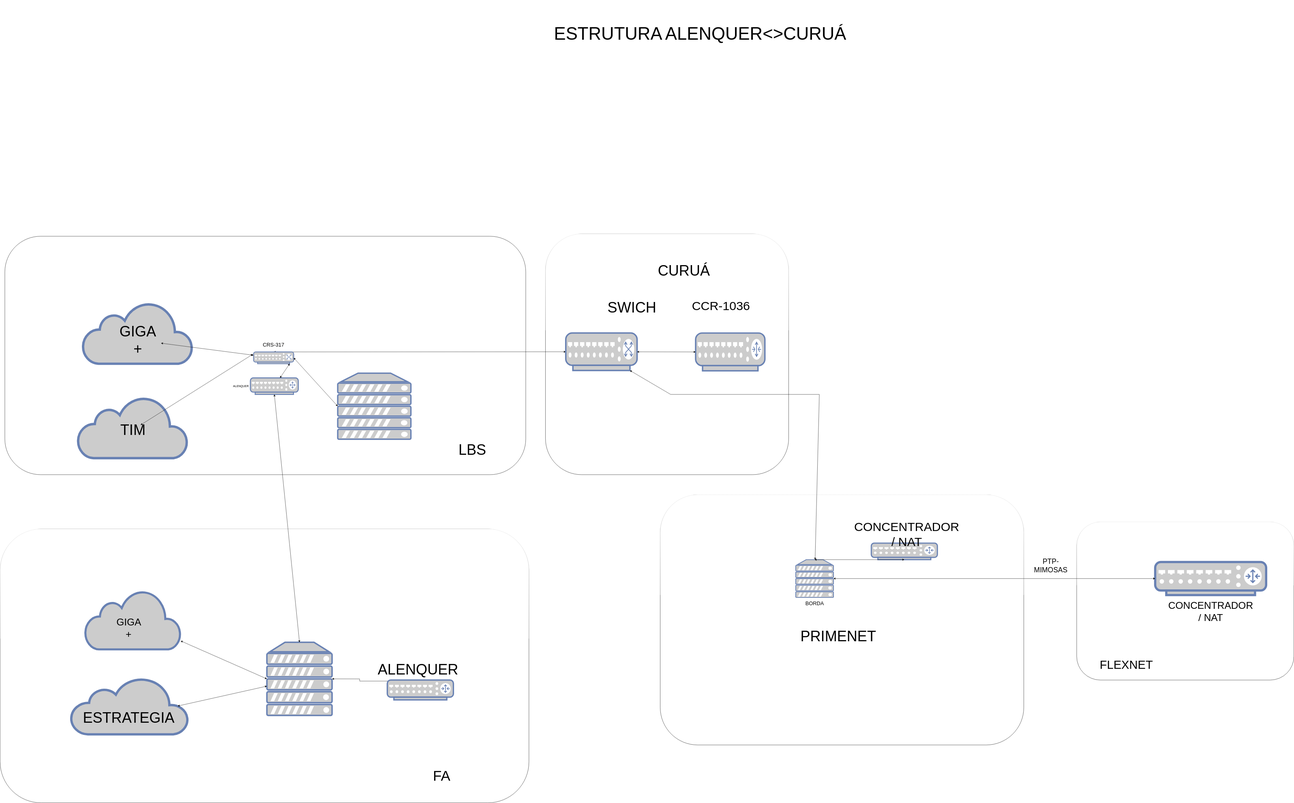
Above: Diagrama sem nome.drawio.svg in PauloOliveiraNOC/check_site_zabbix (draw.io), before the change. Source tidied: cells renumbered, new cells last; positions are measured from the earlier drawing's top-left corner, leaving out a move shared by most shapes.
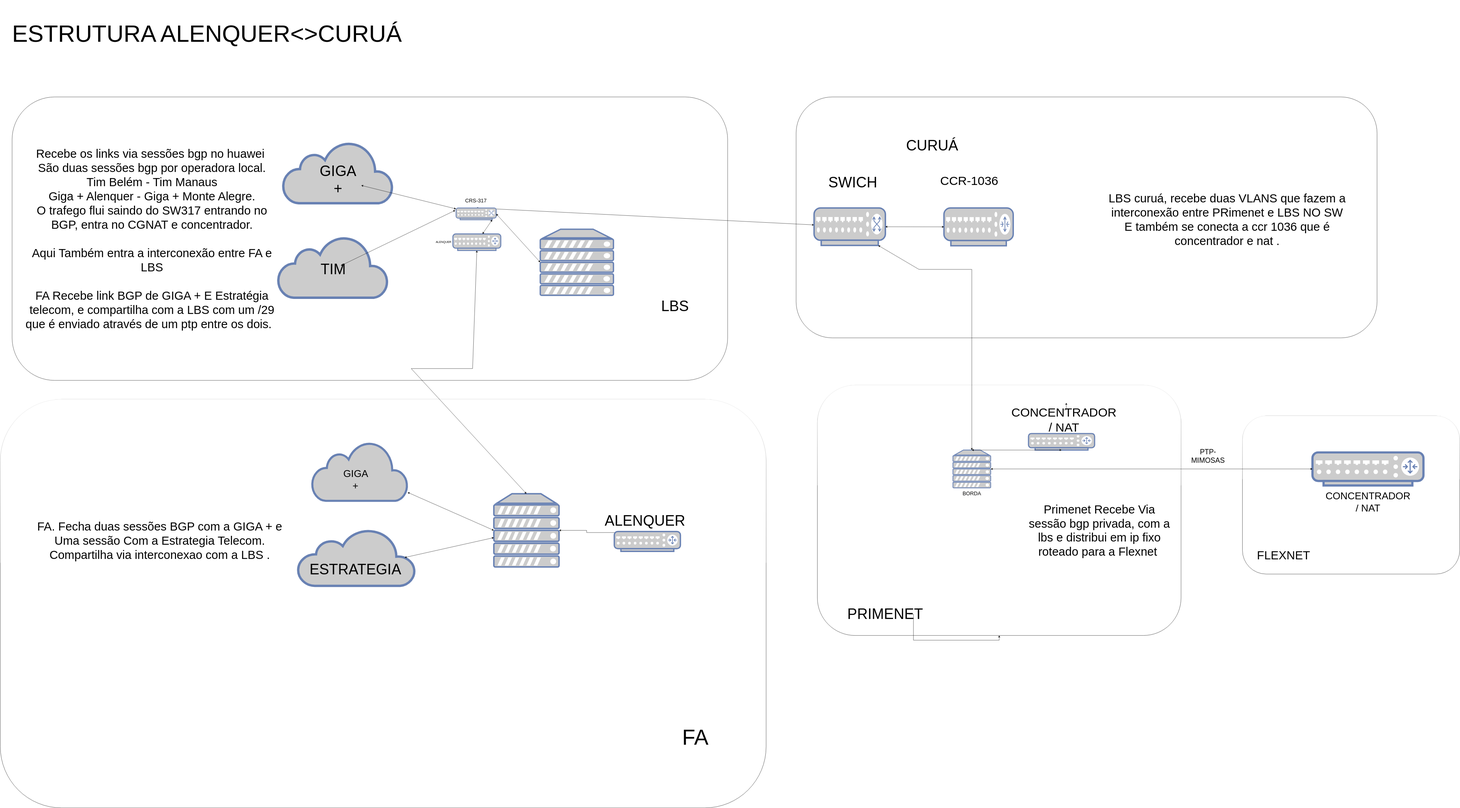
Above is the later version.

Diff of the diagram source:
```diff
@@ -2,143 +2,156 @@
   <root>
     <mxCell id="0" />
     <mxCell id="1" parent="0" />
-    <mxCell id="2" style="rounded=1;whiteSpace=wrap;html=1;glass=1;" parent="1" vertex="1">
-      <mxGeometry x="2310" y="990" width="1030" height="1020" as="geometry" />
+    <mxCell id="2" style="rounded=1;whiteSpace=wrap;html=1;glass=0;" parent="1" vertex="1">
+      <mxGeometry x="3350" y="380" width="2460" height="1020" as="geometry" />
     </mxCell>
     <mxCell id="3" value="&lt;font style=&quot;font-size: 62px;&quot;&gt;SWICH&lt;/font&gt;&lt;div&gt;&lt;br&gt;&lt;/div&gt;" style="text;html=1;align=center;verticalAlign=middle;whiteSpace=wrap;rounded=0;" parent="1" vertex="1">
-      <mxGeometry x="2576" y="1263.8" width="200" height="90" as="geometry" />
+      <mxGeometry x="3490" y="703.8" width="200" height="90" as="geometry" />
     </mxCell>
     <mxCell id="4" style="rounded=1;whiteSpace=wrap;html=1;glass=1;" parent="1" vertex="1">
-      <mxGeometry x="2796" y="2095" width="1540" height="1060" as="geometry" />
+      <mxGeometry x="3440" y="1600" width="1540" height="1060" as="geometry" />
     </mxCell>
     <mxCell id="5" style="rounded=1;whiteSpace=wrap;html=1;glass=0;" parent="1" vertex="1">
-      <mxGeometry x="20" y="1000" width="2206.5" height="1010" as="geometry" />
+      <mxGeometry x="30" y="380" width="3030" height="1200" as="geometry" />
     </mxCell>
     <mxCell id="6" style="fontColor=#0066CC;verticalAlign=top;verticalLabelPosition=bottom;labelPosition=center;align=center;html=1;outlineConnect=0;fillColor=#CCCCCC;strokeColor=#6881B3;gradientColor=none;gradientDirection=north;strokeWidth=2;shape=mxgraph.networks.server;" parent="1" vertex="1">
-      <mxGeometry x="1430" y="1580" width="310" height="280" as="geometry" />
+      <mxGeometry x="2266.5" y="940" width="310" height="280" as="geometry" />
     </mxCell>
     <mxCell id="7" style="fontColor=#0066CC;verticalAlign=top;verticalLabelPosition=bottom;labelPosition=center;align=center;html=1;outlineConnect=0;fillColor=#CCCCCC;strokeColor=#6881B3;gradientColor=none;gradientDirection=north;strokeWidth=2;shape=mxgraph.networks.router;" parent="1" vertex="1">
-      <mxGeometry x="1060" y="1600" width="203" height="70" as="geometry" />
+      <mxGeometry x="1896.5" y="960" width="203" height="70" as="geometry" />
     </mxCell>
     <mxCell id="8" style="fontColor=#0066CC;verticalAlign=top;verticalLabelPosition=bottom;labelPosition=center;align=center;html=1;outlineConnect=0;fillColor=#CCCCCC;strokeColor=#6881B3;gradientColor=none;gradientDirection=north;strokeWidth=2;shape=mxgraph.networks.router;" parent="1" vertex="1">
-      <mxGeometry x="2946" y="1410" width="293.3" height="160" as="geometry" />
+      <mxGeometry x="3976" y="850" width="293.3" height="160" as="geometry" />
     </mxCell>
     <mxCell id="9" value="CURUÁ" style="text;html=1;align=center;verticalAlign=middle;whiteSpace=wrap;rounded=0;fontSize=62;" parent="1" vertex="1">
-      <mxGeometry x="2796" y="1100" width="200" height="90" as="geometry" />
+      <mxGeometry x="3826" y="540" width="200" height="90" as="geometry" />
     </mxCell>
     <mxCell id="10" value="ALENQUER" style="text;html=1;align=center;verticalAlign=middle;whiteSpace=wrap;rounded=0;" parent="1" vertex="1">
-      <mxGeometry x="920" y="1590" width="200" height="90" as="geometry" />
+      <mxGeometry x="1756.5" y="950" width="200" height="90" as="geometry" />
     </mxCell>
     <mxCell id="11" value="&lt;font&gt;LBS&lt;/font&gt;" style="text;html=1;align=center;verticalAlign=middle;whiteSpace=wrap;rounded=0;spacing=12;fontSize=62;" parent="1" vertex="1">
-      <mxGeometry x="1900" y="1860" width="200" height="90" as="geometry" />
+      <mxGeometry x="2736.5" y="1220" width="200" height="90" as="geometry" />
     </mxCell>
     <mxCell id="12" style="fontColor=#0066CC;verticalAlign=top;verticalLabelPosition=bottom;labelPosition=center;align=center;html=1;outlineConnect=0;fillColor=#CCCCCC;strokeColor=#6881B3;gradientColor=none;gradientDirection=north;strokeWidth=2;shape=mxgraph.networks.server;" parent="1" vertex="1">
-      <mxGeometry x="3370" y="2370" width="160" height="160" as="geometry" />
+      <mxGeometry x="4014" y="1875" width="160" height="160" as="geometry" />
     </mxCell>
     <mxCell id="13" style="endArrow=classic;startArrow=classic;html=1;rounded=0;exitX=0.5;exitY=0;exitDx=0;exitDy=0;exitPerimeter=0;" parent="1" edge="1" source="43" target="18">
       <mxGeometry relative="1" as="geometry" />
     </mxCell>
     <mxCell id="14" style="fontColor=#0066CC;verticalAlign=top;verticalLabelPosition=bottom;labelPosition=center;align=center;html=1;outlineConnect=0;fillColor=#CCCCCC;strokeColor=#6881B3;gradientColor=none;gradientDirection=north;strokeWidth=2;shape=mxgraph.networks.router;" parent="1" vertex="1">
-      <mxGeometry x="3690" y="2300" width="280" height="70" as="geometry" />
+      <mxGeometry x="4334" y="1805" width="280" height="70" as="geometry" />
     </mxCell>
     <mxCell id="15" style="endArrow=classic;startArrow=classic;html=1;rounded=0;exitX=0.5;exitY=0;exitDx=0;exitDy=0;exitPerimeter=0;entryX=0.5;entryY=1;entryDx=0;entryDy=0;entryPerimeter=0;" parent="1" edge="1" source="12" target="14">
       <mxGeometry relative="1" as="geometry" />
     </mxCell>
     <mxCell id="16" value="&lt;font style=&quot;font-size: 22px;&quot;&gt;BORDA&lt;/font&gt;" style="text;html=1;align=center;verticalAlign=middle;whiteSpace=wrap;rounded=0;" parent="1" vertex="1">
-      <mxGeometry x="3350" y="2510" width="200" height="90" as="geometry" />
+      <mxGeometry x="3994" y="2015" width="200" height="90" as="geometry" />
     </mxCell>
+    <mxCell id="53" style="edgeStyle=orthogonalEdgeStyle;rounded=0;jettySize=auto;html=1;exitX=0.5;exitY=0;exitDx=0;exitDy=0;" parent="1" edge="1" source="17">
+      <mxGeometry relative="1" as="geometry">
+        <mxPoint x="4494" y="1675" as="targetPoint" />
+      </mxGeometry>
+    </mxCell>
     <mxCell id="17" value="CONCENTRADOR / NAT" style="text;html=1;align=center;verticalAlign=middle;whiteSpace=wrap;rounded=0;fontSize=52;" parent="1" vertex="1">
-      <mxGeometry x="3680" y="2220" width="320" height="83.8" as="geometry" />
+      <mxGeometry x="4324" y="1705" width="320" height="83.8" as="geometry" />
     </mxCell>
     <mxCell id="18" style="fontColor=#0066CC;verticalAlign=top;verticalLabelPosition=bottom;labelPosition=center;align=center;html=1;outlineConnect=0;fillColor=#CCCCCC;strokeColor=#6881B3;gradientColor=none;gradientDirection=north;strokeWidth=2;shape=mxgraph.networks.switch;" parent="1" vertex="1">
-      <mxGeometry x="2396" y="1410" width="302" height="158.6" as="geometry" />
+      <mxGeometry x="3426" y="850" width="302" height="158.6" as="geometry" />
     </mxCell>
     <mxCell id="19" style="endArrow=classic;startArrow=classic;html=1;rounded=0;entryX=0;entryY=0.5;entryDx=0;entryDy=0;entryPerimeter=0;" parent="1" edge="1" source="18" target="8">
       <mxGeometry relative="1" as="geometry" />
     </mxCell>
     <mxCell id="20" value="&lt;div&gt;CCR-1036&lt;/div&gt;&lt;div&gt;&lt;br&gt;&lt;/div&gt;" style="text;html=1;align=center;verticalAlign=middle;whiteSpace=wrap;rounded=0;fontSize=52;" parent="1" vertex="1">
-      <mxGeometry x="2922.7" y="1280" width="260" height="90" as="geometry" />
+      <mxGeometry x="3952.7" y="720" width="260" height="90" as="geometry" />
     </mxCell>
-    <mxCell id="21" style="endArrow=classic;startArrow=classic;html=1;rounded=0;entryX=0.9;entryY=1;entryDx=0;entryDy=0;entryPerimeter=0;" parent="1" edge="1" source="12" target="18">
+    <mxCell id="21" style="endArrow=classic;startArrow=classic;html=1;rounded=0;entryX=0.9;entryY=1;entryDx=0;entryDy=0;entryPerimeter=0;labelBorderColor=none;fontStyle=1;" parent="1" edge="1" source="12" target="18">
       <mxGeometry relative="1" as="geometry">
         <Array as="points">
-          <mxPoint x="3470" y="1670" />
-          <mxPoint x="2840" y="1670" />
+          <mxPoint x="4094" y="1110" />
+          <mxPoint x="3870" y="1110" />
         </Array>
       </mxGeometry>
     </mxCell>
+    <mxCell id="54" style="edgeStyle=orthogonalEdgeStyle;rounded=0;jettySize=auto;html=1;exitX=1;exitY=0.5;exitDx=0;exitDy=0;" parent="1" edge="1" source="22" target="4">
+      <mxGeometry relative="1" as="geometry" />
+    </mxCell>
     <mxCell id="22" value="&lt;font&gt;PRIMENET&lt;/font&gt;" style="text;html=1;align=center;verticalAlign=middle;whiteSpace=wrap;rounded=0;spacing=12;fontSize=62;" parent="1" vertex="1">
-      <mxGeometry x="3450" y="2650" width="200" height="90" as="geometry" />
+      <mxGeometry x="3626.7" y="2525" width="200" height="90" as="geometry" />
     </mxCell>
     <mxCell id="23" style="rounded=1;whiteSpace=wrap;html=1;glass=1;" parent="1" vertex="1">
-      <mxGeometry x="4560" y="2210" width="920" height="670" as="geometry" />
+      <mxGeometry x="5240" y="1730" width="920" height="670" as="geometry" />
     </mxCell>
     <mxCell id="24" style="fontColor=#0066CC;verticalAlign=top;verticalLabelPosition=bottom;labelPosition=center;align=center;html=1;outlineConnect=0;fillColor=#CCCCCC;strokeColor=#6881B3;gradientColor=none;gradientDirection=north;strokeWidth=2;shape=mxgraph.networks.router;" parent="1" vertex="1">
-      <mxGeometry x="4892.5" y="2380" width="470" height="140" as="geometry" />
+      <mxGeometry x="5536.5" y="1885" width="470" height="140" as="geometry" />
     </mxCell>
     <mxCell id="25" style="endArrow=classic;startArrow=classic;html=1;rounded=0;exitX=1;exitY=0.5;exitDx=0;exitDy=0;exitPerimeter=0;" parent="1" edge="1" source="12" target="24">
       <mxGeometry relative="1" as="geometry" />
     </mxCell>
     <mxCell id="26" value="&lt;font style=&quot;font-size: 42px;&quot;&gt;CONCENTRADOR / NAT&lt;/font&gt;" style="text;html=1;align=center;verticalAlign=middle;whiteSpace=wrap;rounded=0;fontSize=22;" parent="1" vertex="1">
-      <mxGeometry x="4960" y="2460" width="335" height="260" as="geometry" />
+      <mxGeometry x="5604" y="1965" width="335" height="260" as="geometry" />
     </mxCell>
     <mxCell id="27" value="&lt;font style=&quot;font-size: 50px;&quot;&gt;FLEXNET&lt;/font&gt;" style="text;html=1;align=center;verticalAlign=middle;whiteSpace=wrap;rounded=0;spacing=12;" parent="1" vertex="1">
-      <mxGeometry x="4670" y="2770" width="200" height="90" as="geometry" />
+      <mxGeometry x="5314" y="2275" width="200" height="90" as="geometry" />
     </mxCell>
     <mxCell id="28" value="&lt;font style=&quot;font-size: 30px;&quot;&gt;PTP-MIMOSAS&lt;/font&gt;" style="text;html=1;align=center;verticalAlign=middle;whiteSpace=wrap;rounded=0;spacing=12;" parent="1" vertex="1">
-      <mxGeometry x="4350" y="2350" width="200" height="90" as="geometry" />
+      <mxGeometry x="4994" y="1855" width="200" height="90" as="geometry" />
     </mxCell>
-    <mxCell id="29" value="&lt;font style=&quot;font-size: 75px;&quot;&gt;ESTRUTURA ALENQUER&amp;lt;&amp;gt;CURUÁ&lt;/font&gt;" style="text;html=1;align=center;verticalAlign=middle;whiteSpace=wrap;rounded=0;spacing=12;" parent="1" vertex="1">
-      <mxGeometry x="2100" width="1730" height="280" as="geometry" />
+    <mxCell id="29" value="&lt;font&gt;ESTRUTURA ALENQUER&amp;lt;&amp;gt;CURUÁ&lt;/font&gt;" style="text;html=1;align=center;verticalAlign=middle;whiteSpace=wrap;rounded=0;spacing=12;fontSize=100;" parent="1" vertex="1">
+      <mxGeometry x="-10" y="-30" width="1730" height="280" as="geometry" />
     </mxCell>
     <mxCell id="30" style="html=1;fillColor=#CCCCCC;strokeColor=#6881B3;gradientColor=none;gradientDirection=north;strokeWidth=2;shape=mxgraph.networks.cloud;fontColor=#ffffff;" parent="1" vertex="1">
-      <mxGeometry x="329" y="1680" width="465" height="260" as="geometry" />
+      <mxGeometry x="1156" y="970" width="465" height="260" as="geometry" />
     </mxCell>
     <mxCell id="31" value="&lt;font&gt;TIM&lt;/font&gt;" style="text;html=1;align=center;verticalAlign=middle;whiteSpace=wrap;rounded=0;fontSize=62;" parent="1" vertex="1">
-      <mxGeometry x="530" y="1790" width="65" height="60" as="geometry" />
+      <mxGeometry x="1357" y="1080" width="65" height="60" as="geometry" />
     </mxCell>
     <mxCell id="32" style="rounded=1;whiteSpace=wrap;html=1;glass=1;" parent="1" vertex="1">
-      <mxGeometry y="2240" width="2240" height="1160" as="geometry" />
+      <mxGeometry x="-20" y="1660" width="3243" height="1730" as="geometry" />
     </mxCell>
     <mxCell id="33" style="html=1;outlineConnect=0;fillColor=#CCCCCC;strokeColor=#6881B3;gradientColor=none;gradientDirection=north;strokeWidth=2;shape=mxgraph.networks.cloud;fontColor=#ffffff;" parent="1" vertex="1">
-      <mxGeometry x="360" y="2500" width="405" height="250" as="geometry" />
+      <mxGeometry x="1300" y="1840" width="405" height="250" as="geometry" />
     </mxCell>
     <mxCell id="34" style="fontColor=#0066CC;verticalAlign=top;verticalLabelPosition=bottom;labelPosition=center;align=center;html=1;outlineConnect=0;fillColor=#CCCCCC;strokeColor=#6881B3;gradientColor=none;gradientDirection=north;strokeWidth=2;shape=mxgraph.networks.server;" parent="1" vertex="1">
-      <mxGeometry x="1130" y="2720" width="276" height="310" as="geometry" />
+      <mxGeometry x="2070" y="2060" width="276" height="310" as="geometry" />
     </mxCell>
     <mxCell id="35" value="&lt;font style=&quot;font-size: 42px;&quot;&gt;GIGA +&lt;/font&gt;" style="text;html=1;align=center;verticalAlign=middle;whiteSpace=wrap;rounded=0;" parent="1" vertex="1">
-      <mxGeometry x="520" y="2630" width="48" height="60" as="geometry" />
+      <mxGeometry x="1460" y="1970" width="48" height="60" as="geometry" />
     </mxCell>
     <mxCell id="36" style="edgeStyle=orthogonalEdgeStyle;rounded=0;jettySize=auto;html=1;exitX=0.95;exitY=0.05;exitDx=0;exitDy=0;exitPerimeter=0;entryX=1;entryY=0.5;entryDx=0;entryDy=0;entryPerimeter=0;" parent="1" edge="1" source="37" target="34">
       <mxGeometry relative="1" as="geometry" />
     </mxCell>
     <mxCell id="37" style="fontColor=#0066CC;verticalAlign=top;verticalLabelPosition=bottom;labelPosition=center;align=center;html=1;outlineConnect=0;fillColor=#CCCCCC;strokeColor=#6881B3;gradientColor=none;gradientDirection=north;strokeWidth=2;shape=mxgraph.networks.router;" parent="1" vertex="1">
-      <mxGeometry x="1640" y="2880" width="280" height="84" as="geometry" />
+      <mxGeometry x="2580" y="2220" width="280" height="84" as="geometry" />
     </mxCell>
     <mxCell id="38" value="ALENQUER" style="text;html=1;align=center;verticalAlign=middle;whiteSpace=wrap;rounded=0;fontSize=62;" parent="1" vertex="1">
-      <mxGeometry x="1670" y="2790" width="200" height="90" as="geometry" />
+      <mxGeometry x="2610" y="2130" width="200" height="90" as="geometry" />
     </mxCell>
-    <mxCell id="39" value="&lt;font style=&quot;font-size: 60px;&quot;&gt;FA&lt;/font&gt;" style="text;html=1;align=center;verticalAlign=middle;whiteSpace=wrap;rounded=0;spacing=12;" parent="1" vertex="1">
-      <mxGeometry x="1740" y="3220" width="260" height="130" as="geometry" />
+    <mxCell id="39" value="&lt;font style=&quot;font-size: 91px;&quot;&gt;FA&lt;/font&gt;" style="text;html=1;align=center;verticalAlign=middle;whiteSpace=wrap;rounded=0;spacing=12;" parent="1" vertex="1">
+      <mxGeometry x="2793" y="3025" width="260" height="130" as="geometry" />
     </mxCell>
     <mxCell id="40" style="html=1;outlineConnect=0;fillColor=#CCCCCC;strokeColor=#6881B3;gradientColor=none;gradientDirection=north;strokeWidth=2;shape=mxgraph.networks.cloud;fontColor=#ffffff;" parent="1" vertex="1">
-      <mxGeometry x="300" y="2870" width="497" height="240" as="geometry" />
+      <mxGeometry x="1240" y="2210" width="497" height="240" as="geometry" />
     </mxCell>
     <mxCell id="41" value="&lt;font style=&quot;font-size: 62px;&quot;&gt;ESTRATEGIA&lt;/font&gt;" style="text;html=1;align=center;verticalAlign=middle;whiteSpace=wrap;rounded=0;" parent="1" vertex="1">
-      <mxGeometry x="488.5" y="3000" width="111" height="80" as="geometry" />
+      <mxGeometry x="1428.5" y="2340" width="111" height="80" as="geometry" />
     </mxCell>
     <mxCell id="42" style="endArrow=classic;startArrow=classic;html=1;rounded=0;entryX=0.5;entryY=0;entryDx=0;entryDy=0;entryPerimeter=0;exitX=0.5;exitY=1;exitDx=0;exitDy=0;exitPerimeter=0;" parent="1" edge="1" source="7" target="34">
-      <mxGeometry relative="1" as="geometry" />
+      <mxGeometry relative="1" as="geometry">
+        <Array as="points">
+          <mxPoint x="1980" y="1530" />
+          <mxPoint x="1720" y="1530" />
+        </Array>
+      </mxGeometry>
     </mxCell>
     <mxCell id="43" style="fontColor=#0066CC;verticalAlign=top;verticalLabelPosition=bottom;labelPosition=center;align=center;html=1;outlineConnect=0;fillColor=#CCCCCC;strokeColor=#6881B3;gradientColor=none;gradientDirection=north;strokeWidth=2;shape=mxgraph.networks.switch;fontSize=42;" parent="1" vertex="1">
-      <mxGeometry x="1073.5" y="1490" width="170" height="50" as="geometry" />
+      <mxGeometry x="1910" y="850" width="170" height="50" as="geometry" />
     </mxCell>
     <mxCell id="44" value="&lt;font style=&quot;font-size: 22px;&quot;&gt;CRS-317&lt;/font&gt;" style="text;html=1;align=center;verticalAlign=middle;whiteSpace=wrap;rounded=0;" parent="1" vertex="1">
-      <mxGeometry x="1058.5" y="1410" width="198" height="100" as="geometry" />
+      <mxGeometry x="1895" y="770" width="198" height="100" as="geometry" />
     </mxCell>
     <mxCell id="45" style="endArrow=classic;startArrow=classic;html=1;rounded=0;" parent="1" edge="1" source="31">
       <mxGeometry relative="1" as="geometry">
-        <mxPoint x="1070" y="1500" as="targetPoint" />
+        <mxPoint x="1906.5" y="860" as="targetPoint" />
       </mxGeometry>
     </mxCell>
     <mxCell id="46" style="endArrow=classic;startArrow=classic;html=1;rounded=0;entryX=0;entryY=0.5;entryDx=0;entryDy=0;entryPerimeter=0;exitX=1;exitY=0.5;exitDx=0;exitDy=0;exitPerimeter=0;" parent="1" edge="1" source="43" target="6">
@@ -154,13 +167,25 @@
       <mxGeometry relative="1" as="geometry" />
     </mxCell>
     <mxCell id="50" style="html=1;fillColor=#CCCCCC;strokeColor=#6881B3;gradientColor=none;gradientDirection=north;strokeWidth=2;shape=mxgraph.networks.cloud;fontColor=#ffffff;" parent="1" vertex="1">
-      <mxGeometry x="350" y="1280" width="465" height="260" as="geometry" />
+      <mxGeometry x="1177" y="570" width="465" height="260" as="geometry" />
     </mxCell>
     <mxCell id="51" value="&lt;font&gt;GIGA +&lt;/font&gt;" style="text;html=1;align=center;verticalAlign=middle;whiteSpace=wrap;rounded=0;fontSize=62;" parent="1" vertex="1">
-      <mxGeometry x="483.5" y="1390" width="198" height="100" as="geometry" />
+      <mxGeometry x="1310.5" y="680" width="198" height="100" as="geometry" />
     </mxCell>
     <mxCell id="52" style="endArrow=classic;startArrow=classic;html=1;rounded=0;" parent="1" edge="1" source="51" target="43">
       <mxGeometry relative="1" as="geometry" />
     </mxCell>
+    <mxCell id="55" value="Recebe os links via sessões bgp no huawei&amp;nbsp;&lt;br&gt;São duas sessões bgp por operadora local.&lt;br&gt;Tim Belém - Tim Manaus&lt;br&gt;Giga + Alenquer - Giga + Monte Alegre.&lt;div&gt;O trafego flui saindo do SW317 entrando no BGP, entra no CGNAT e concentrador.&lt;br&gt;&lt;br&gt;Aqui Também entra a interconexão entre FA e LBS&lt;br&gt;&lt;br&gt;FA Recebe link BGP de GIGA + E Estratégia telecom, e compartilha com a LBS com um /29 que é enviado através de um ptp entre os dois.&amp;nbsp;&amp;nbsp;&lt;/div&gt;" style="text;html=1;align=center;verticalAlign=middle;whiteSpace=wrap;rounded=0;spacing=12;fontSize=50;" parent="1" vertex="1">
+      <mxGeometry x="67" y="451.9" width="1110" height="1056.2" as="geometry" />
+    </mxCell>
+    <mxCell id="56" value="FA. Fecha duas sessões BGP com a GIGA + e Uma sessão Com a Estrategia Telecom.&lt;br&gt;Compartilha via interconexao com a LBS ." style="text;html=1;align=center;verticalAlign=middle;whiteSpace=wrap;rounded=0;spacing=12;fontSize=50;" parent="1" vertex="1">
+      <mxGeometry x="100" y="1730" width="1110" height="1056.2" as="geometry" />
+    </mxCell>
+    <mxCell id="57" value="LBS curuá, recebe duas VLANS que fazem a interconexão entre PRimenet e LBS NO SW&lt;br&gt;E também se conecta a ccr 1036 que é concentrador e nat ." style="text;html=1;align=center;verticalAlign=middle;whiteSpace=wrap;rounded=0;spacing=12;fontSize=50;" parent="1" vertex="1">
+      <mxGeometry x="4620" y="370" width="1110" height="1056.2" as="geometry" />
+    </mxCell>
+    <mxCell id="58" value="Primenet Recebe Via sessão bgp privada, com a lbs e distribui em ip fixo roteado para a Flexnet&amp;nbsp;" style="text;html=1;align=center;verticalAlign=middle;whiteSpace=wrap;rounded=0;spacing=12;fontSize=50;" parent="1" vertex="1">
+      <mxGeometry x="4324" y="1686.9" width="620" height="1056.2" as="geometry" />
+    </mxCell>
   </root>
 </mxGraphModel>
```
